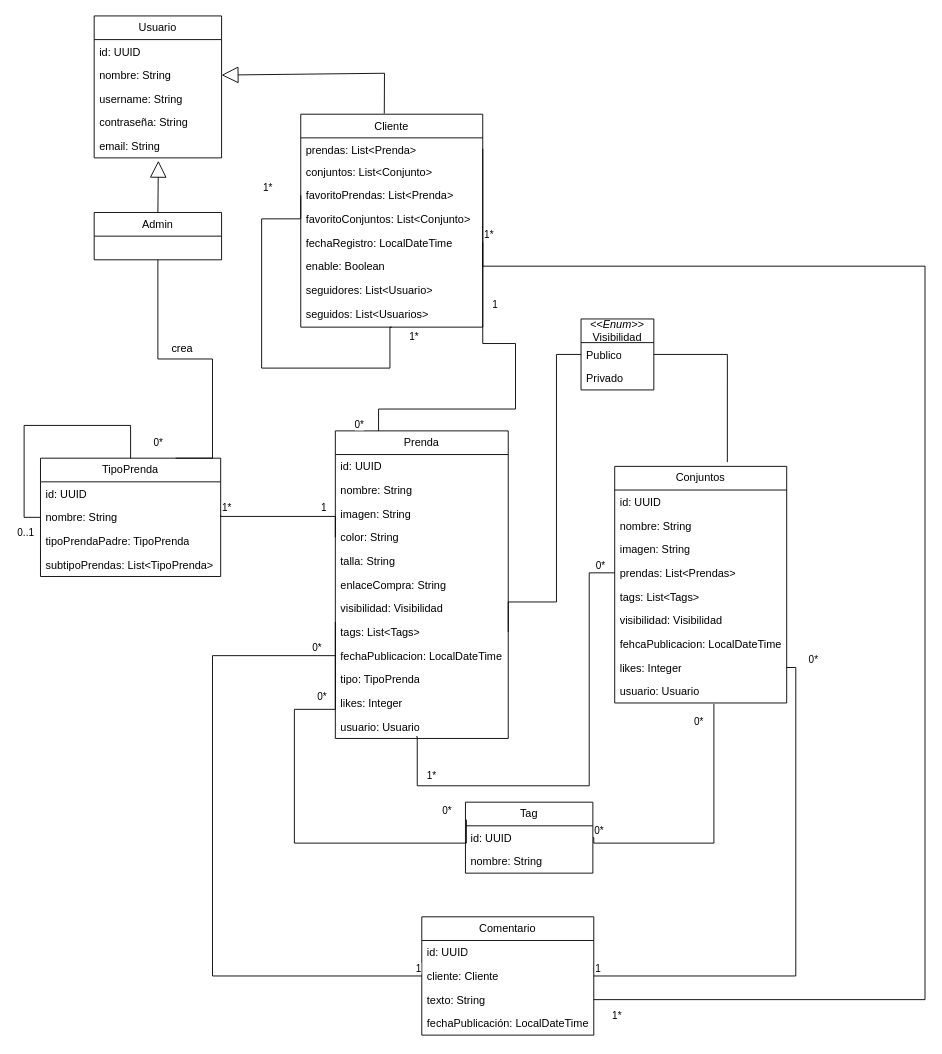
Earlier version of the draw.io diagram documentacion/ArmarioVirtual.drawio (Ayllonpat/ArmarioVirtual). Source tidied: cells renumbered, new cells numbered last; positions are measured from the earlier drawing's top-left corner, leaving out a move shared by most shapes. Both pictures are drawn from the tidied source at 91%, with x=0, y=0 at pixel (24, 15).
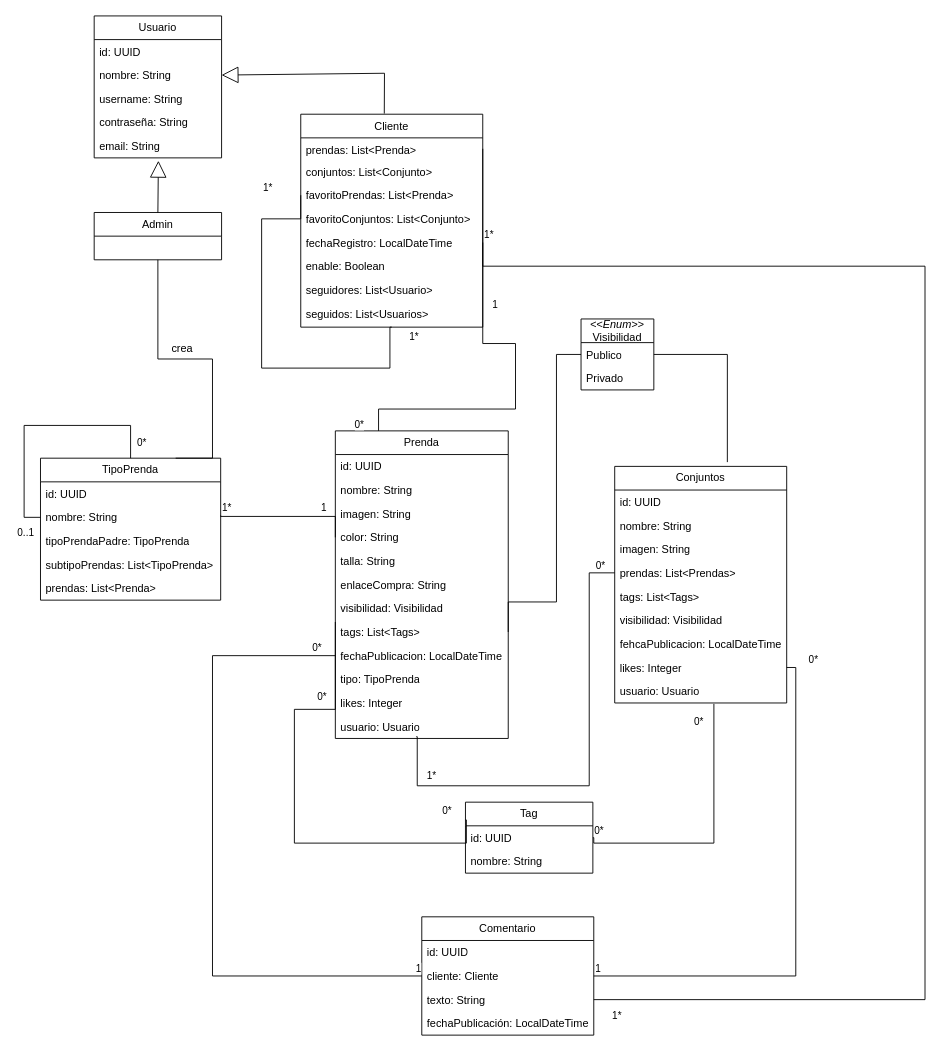
The same page after the edit.

Unchanged cells that the change refers to:
```xml
<mxCell id="71" style="endArrow=none;html=1;edgeStyle=orthogonalEdgeStyle;rounded=0;entryX=0.5;entryY=0;entryDx=0;entryDy=0;exitX=0;exitY=0.5;exitDx=0;exitDy=0;" parent="66" edge="1" source="68" target="66">
  <mxGeometry relative="1" as="geometry">
    <Array as="points">
      <mxPoint x="-18" y="65" />
      <mxPoint x="-18" y="-36" />
      <mxPoint x="99" y="-36" />
    </Array>
  </mxGeometry>
</mxCell>
```

Change to the diagram source:
```diff
@@
     <mxCell id="66" value="TipoPrenda" style="swimlane;fontStyle=0;horizontal=1;startSize=26;fillColor=none;whiteSpace=wrap;html=1;" parent="1" vertex="1">
-      <mxGeometry x="18" y="486" width="198" height="130" as="geometry" />
+      <mxGeometry x="18" y="486" width="198" height="156" as="geometry" />
     </mxCell>
@@
     <mxCell id="73" value="0*" style="edgeLabel;html=1;align=right;verticalAlign=bottom;" parent="71" vertex="1">
       <mxGeometry x="1" relative="1" as="geometry">
-        <mxPoint x="36" y="-9" as="offset" />
+        <mxPoint x="18" y="-9" as="offset" />
       </mxGeometry>
     </mxCell>
+    <mxCell id="93" value="prendas: List&amp;lt;Prenda&amp;gt;" style="text;strokeColor=none;fillColor=none;align=left;verticalAlign=top;spacingLeft=4;spacingRight=4;overflow=hidden;whiteSpace=wrap;html=1;" parent="66" vertex="1">
+      <mxGeometry y="130" width="198" height="26" as="geometry" />
+    </mxCell>
```
